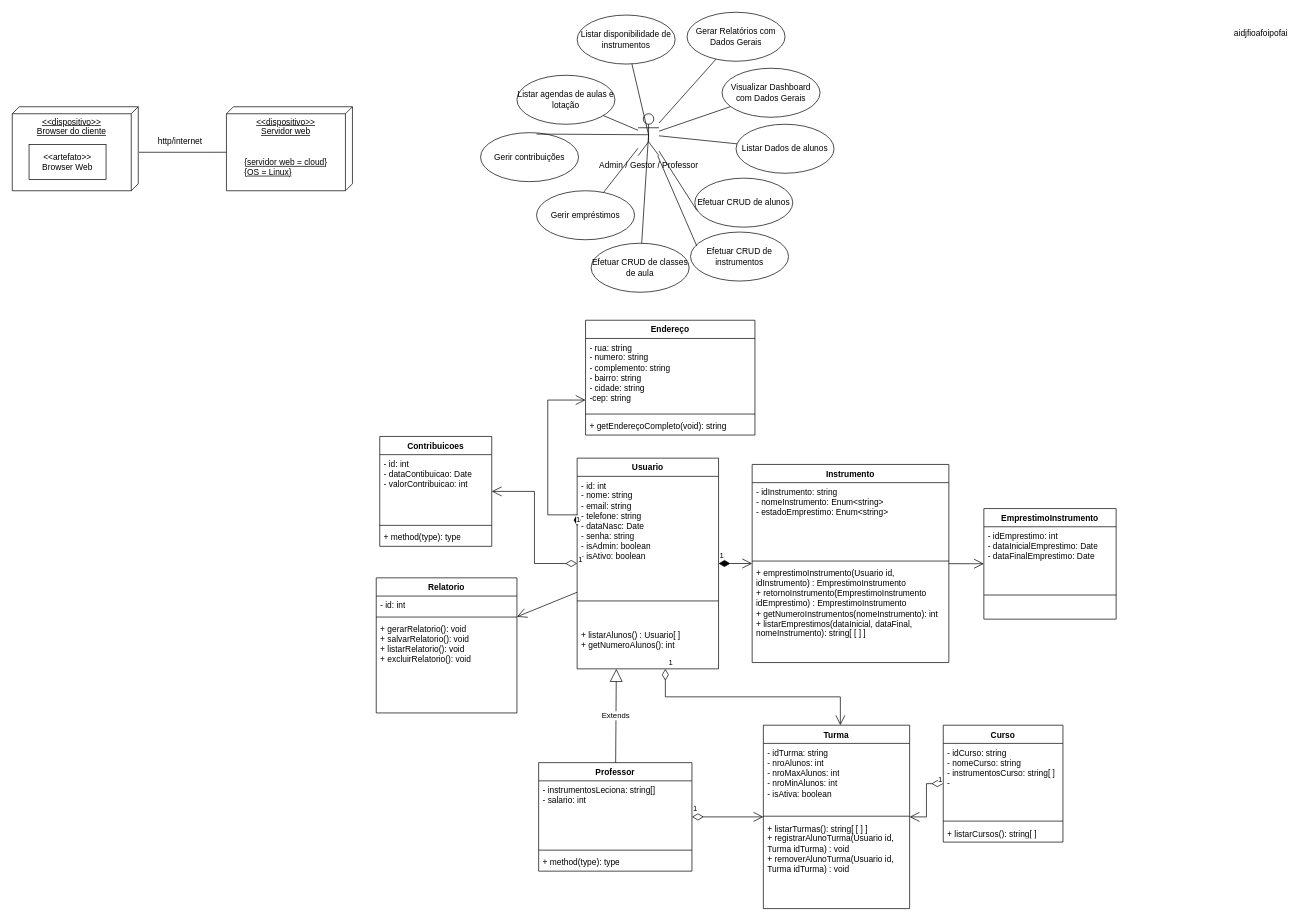
Earlier version of the draw.io diagram Documentacao/Projeto_04-Diagrama de Caso de Uso - R02.drawio (Allandpn/PUC-Eixo04). Source tidied: cells renumbered, new cells numbered last; positions are measured from the earlier drawing's top-left corner, leaving out a move shared by most shapes. Both pictures are drawn from the tidied source at 70%, with x=0, y=0 at pixel (12, 12).
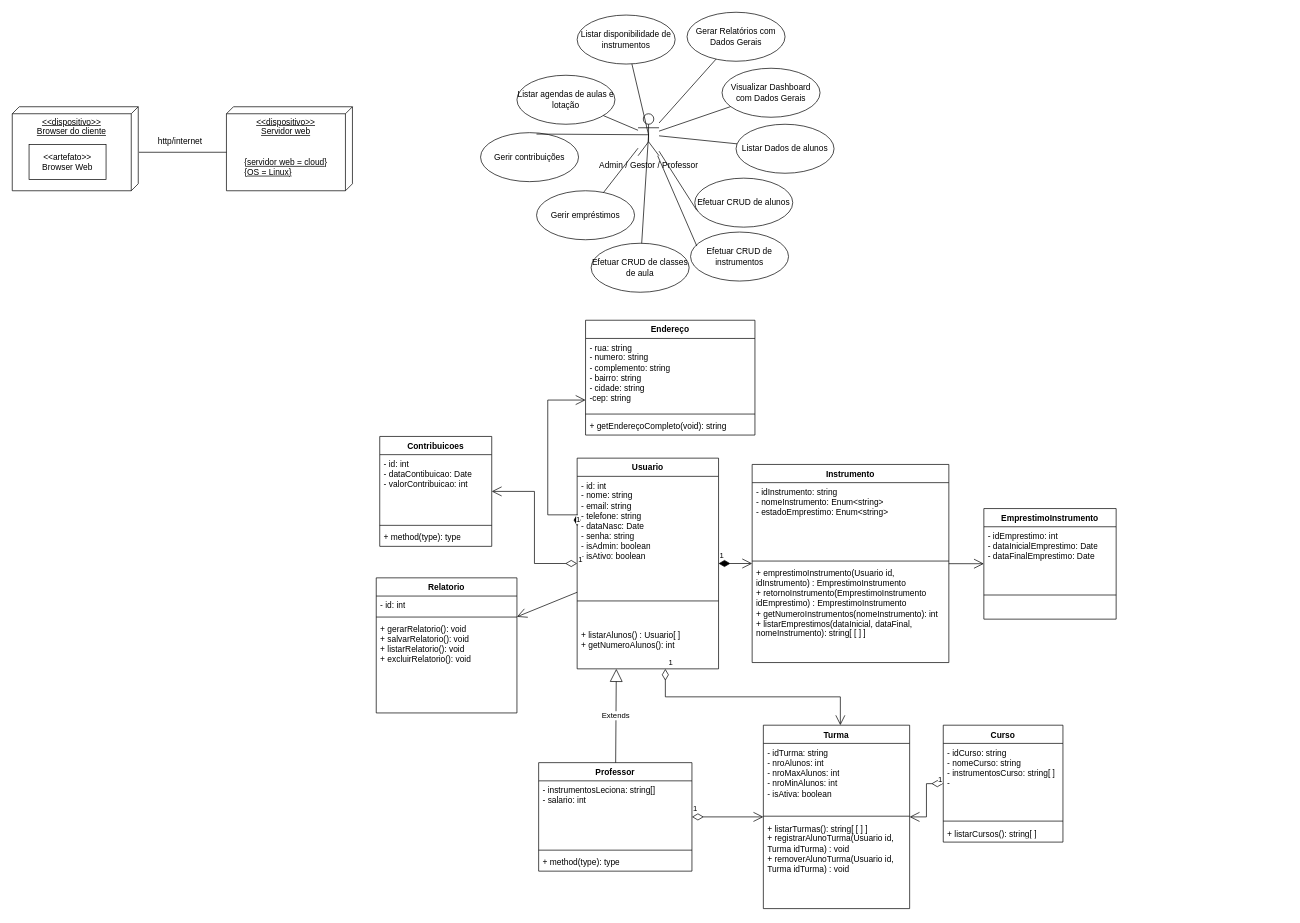
After the change.

What changed in the source:
```diff
@@
-    <mxCell id="72" value="aidjfioafoipofai" style="text;html=1;strokeColor=none;fillColor=none;align=center;verticalAlign=middle;whiteSpace=wrap;rounded=0;" parent="1" vertex="1">
-      <mxGeometry x="1754" y="16" width="60" height="30" as="geometry" />
-    </mxCell>
```
